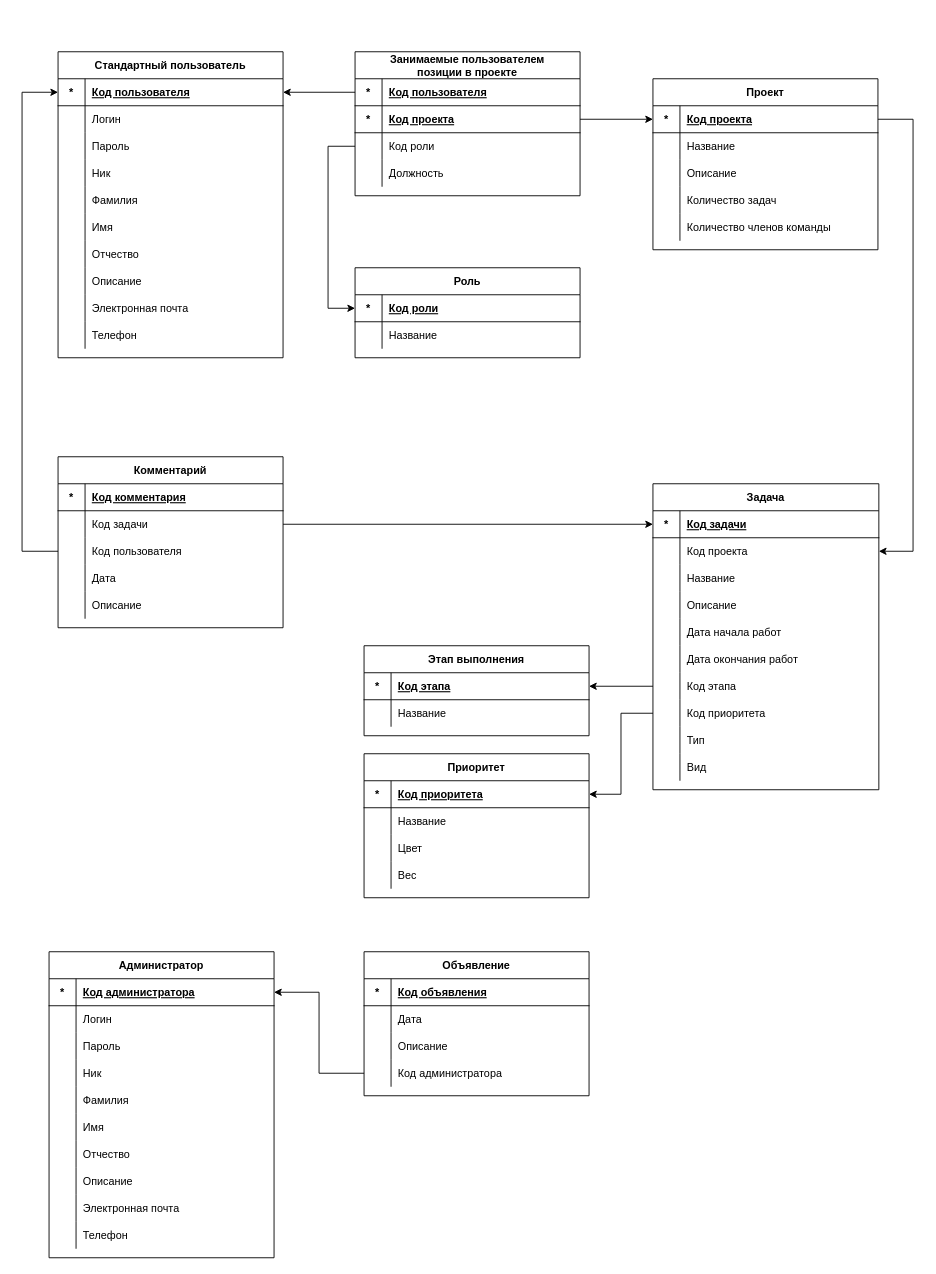
This is doc/relational.drawio from UlrixSingle/task-manager-suai-23, a draw.io file, before an edit. Source tidied: cells renumbered, new cells numbered last; positions are measured from the earlier drawing's top-left corner, leaving out a move shared by most shapes. Both pictures are drawn from the tidied source at 90%, with x=0, y=0 at pixel (22, 51).
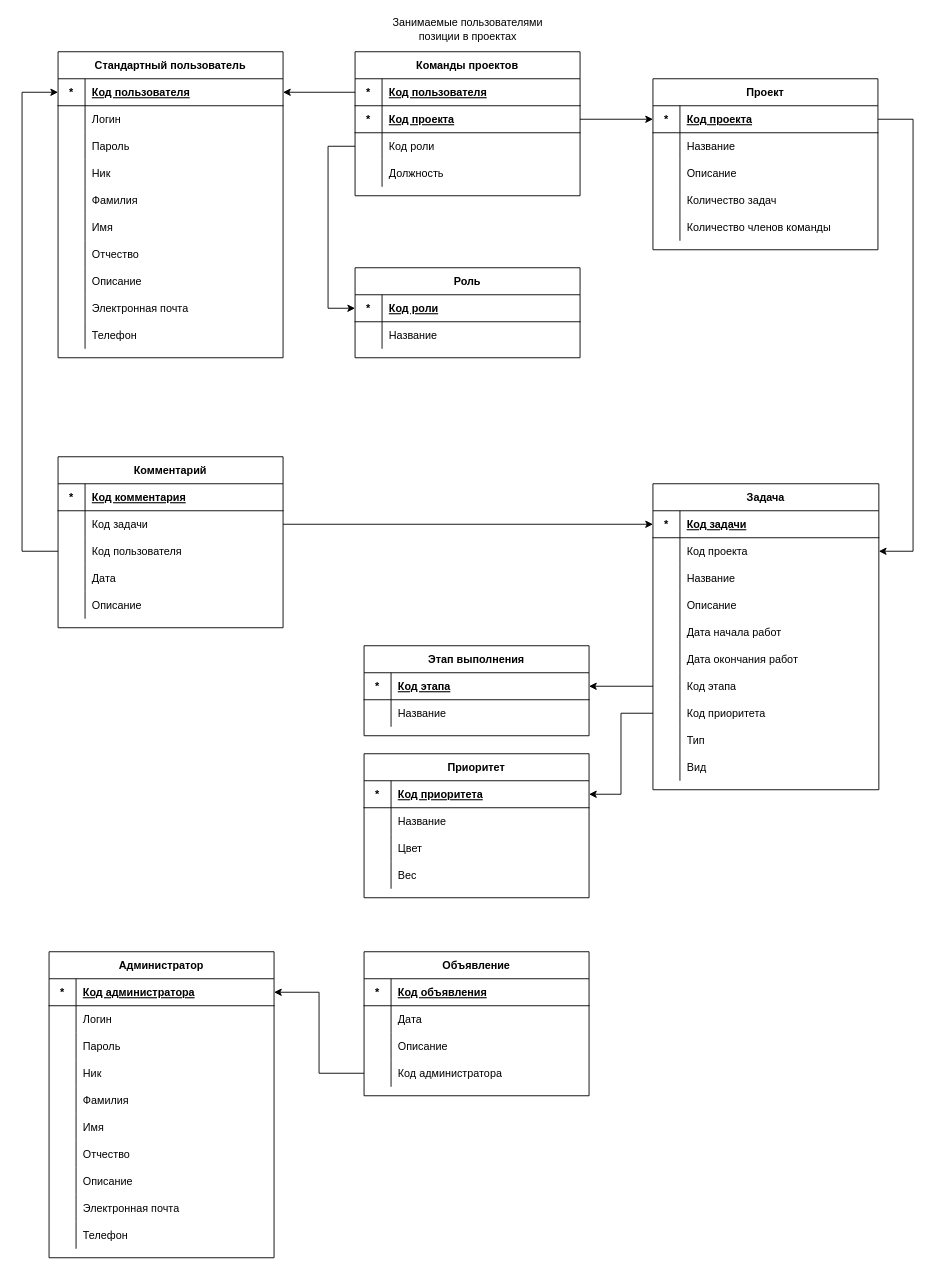
The same diagram, later.

What changed in the source:
```diff
@@
-    <mxCell id="85" value="Занимаемые пользователем&#10;позиции в проекте" style="shape=table;startSize=30;childLayout=tableLayout;rowLines=0;fontStyle=1;align=center;" parent="1" vertex="1">
+    <mxCell id="85" value="Команды проектов" style="shape=table;startSize=30;childLayout=tableLayout;rowLines=0;fontStyle=1;align=center;" parent="1" vertex="1">
       <mxGeometry x="370" width="250" height="160" as="geometry" />
     </mxCell>
@@
+    <mxCell id="189" value="Занимаемые пользователями&lt;br style=&quot;padding: 0px ; margin: 0px&quot;&gt;позиции в проектах" style="text;html=1;strokeColor=none;fillColor=none;align=center;verticalAlign=middle;whiteSpace=wrap;rounded=0;" parent="1" vertex="1">
+      <mxGeometry x="402.5" y="-40" width="185" height="30" as="geometry" />
+    </mxCell>
```
